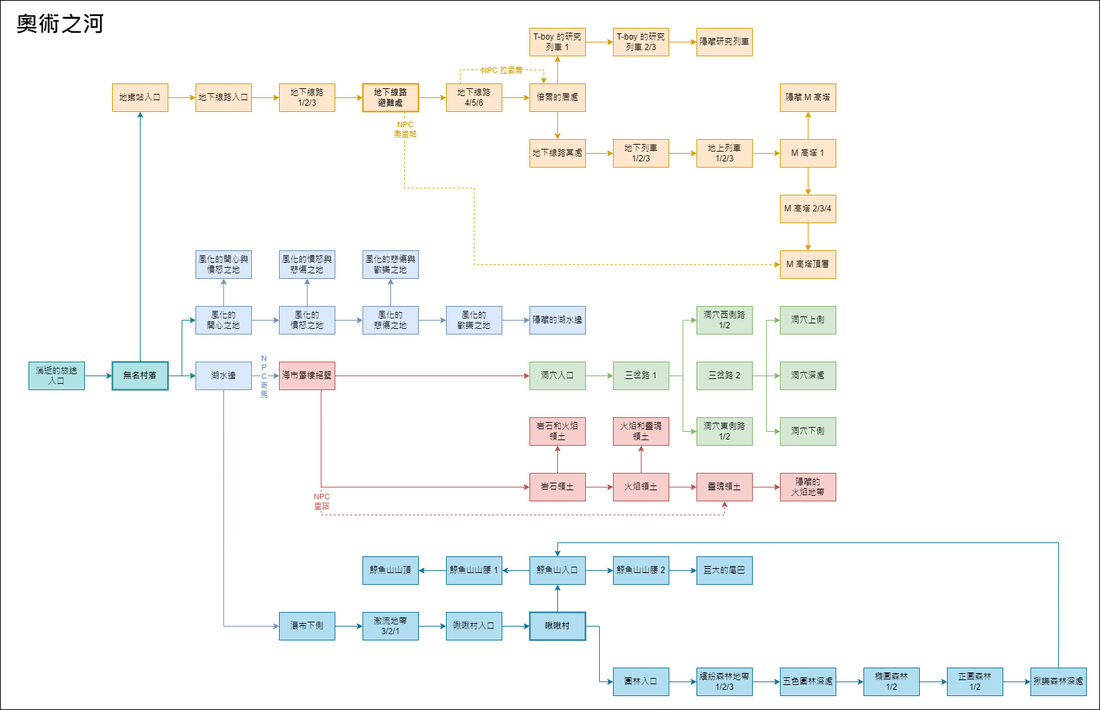
ychsieh95/dms-wiki keeps this draw.io diagram as docs/奧術之河/消失的路途/大地圖/MapleDreams.drawio.png. Above is the earlier version. Source tidied: cells renumbered, new cells last; positions are measured from the earlier drawing's top-left corner, leaving out a move shared by most shapes.
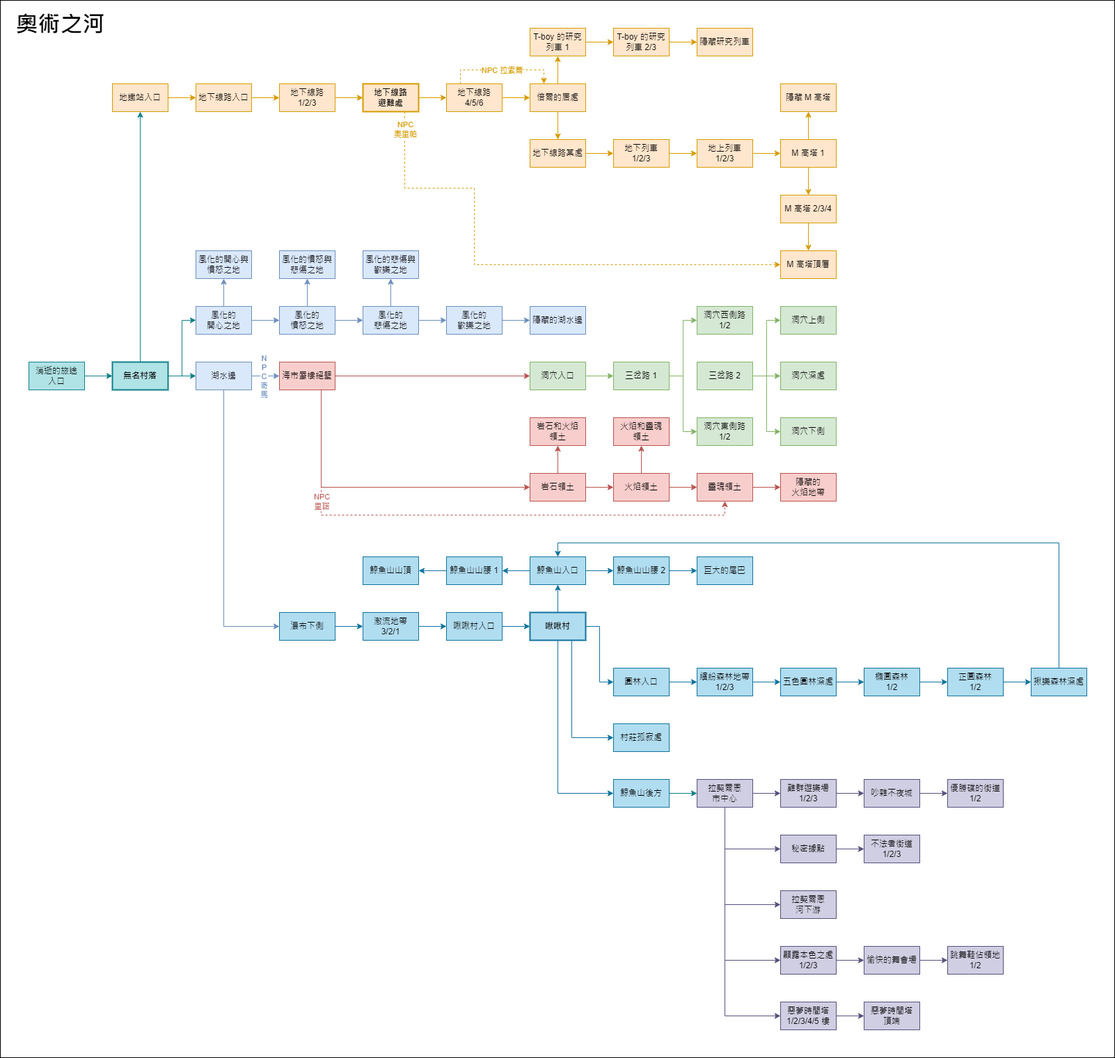
After the commit.

Diff of the diagram source:
```diff
@@ -3,7 +3,7 @@
     <mxCell id="0" />
     <mxCell id="1" parent="0" />
     <mxCell id="2" style="rounded=0;whiteSpace=wrap;html=1;" parent="1" vertex="1">
-      <mxGeometry width="1580" height="1020" as="geometry" />
+      <mxGeometry width="1601" height="1520" as="geometry" />
     </mxCell>
     <mxCell id="3" style="edgeStyle=orthogonalEdgeStyle;rounded=0;jettySize=auto;html=1;exitX=1;exitY=0.5;exitDx=0;exitDy=0;entryX=0;entryY=0.5;entryDx=0;entryDy=0;fillColor=#b0e3e6;strokeColor=#0e8088;" parent="1" edge="1" source="4" target="8">
       <mxGeometry relative="1" as="geometry" />
@@ -312,6 +312,12 @@
     <mxCell id="101" style="edgeStyle=orthogonalEdgeStyle;rounded=0;jettySize=auto;html=1;exitX=1;exitY=0.5;exitDx=0;exitDy=0;entryX=0;entryY=0.5;entryDx=0;entryDy=0;fillColor=#b1ddf0;strokeColor=#10739e;" parent="1" edge="1" source="102" target="104">
       <mxGeometry relative="1" as="geometry" />
     </mxCell>
+    <mxCell id="124" style="edgeStyle=orthogonalEdgeStyle;rounded=0;jettySize=auto;html=1;exitX=0.5;exitY=1;exitDx=0;exitDy=0;entryX=0;entryY=0.5;entryDx=0;entryDy=0;fillColor=#b1ddf0;strokeColor=#10739e;" parent="1" edge="1" source="102" target="128">
+      <mxGeometry relative="1" as="geometry" />
+    </mxCell>
+    <mxCell id="125" style="edgeStyle=orthogonalEdgeStyle;rounded=0;jettySize=auto;html=1;exitX=0.75;exitY=1;exitDx=0;exitDy=0;entryX=0;entryY=0.5;entryDx=0;entryDy=0;fillColor=#b1ddf0;strokeColor=#10739e;" parent="1" edge="1" source="102" target="126">
+      <mxGeometry relative="1" as="geometry" />
+    </mxCell>
     <mxCell id="102" value="啾啾村" style="rounded=0;whiteSpace=wrap;html=1;fillColor=#b1ddf0;strokeColor=#10739e;fontStyle=1;strokeWidth=2;" parent="1" vertex="1">
       <mxGeometry x="761" y="880" width="80" height="40" as="geometry" />
     </mxCell>
@@ -378,5 +384,83 @@
     <mxCell id="123" value="揪樂森林深處" style="rounded=0;whiteSpace=wrap;html=1;fillColor=#b1ddf0;strokeColor=#10739e;" parent="1" vertex="1">
       <mxGeometry x="1481" y="960" width="80" height="40" as="geometry" />
     </mxCell>
+    <mxCell id="126" value="村莊孤寂處" style="rounded=0;whiteSpace=wrap;html=1;fillColor=#b1ddf0;strokeColor=#10739e;" parent="1" vertex="1">
+      <mxGeometry x="881" y="1040" width="80" height="40" as="geometry" />
+    </mxCell>
+    <mxCell id="127" style="edgeStyle=orthogonalEdgeStyle;rounded=0;jettySize=auto;html=1;exitX=1;exitY=0.5;exitDx=0;exitDy=0;fillColor=#b0e3e6;strokeColor=#0e8088;" parent="1" edge="1" source="128" target="134">
+      <mxGeometry relative="1" as="geometry" />
+    </mxCell>
+    <mxCell id="128" value="鯨魚山後方" style="rounded=0;whiteSpace=wrap;html=1;fillColor=#b1ddf0;strokeColor=#10739e;" parent="1" vertex="1">
+      <mxGeometry x="881" y="1120" width="80" height="40" as="geometry" />
+    </mxCell>
+    <mxCell id="129" style="edgeStyle=orthogonalEdgeStyle;rounded=0;jettySize=auto;html=1;exitX=1;exitY=0.5;exitDx=0;exitDy=0;entryX=0;entryY=0.5;entryDx=0;entryDy=0;fillColor=#d0cee2;strokeColor=#56517e;" parent="1" edge="1" source="134" target="136">
+      <mxGeometry relative="1" as="geometry" />
+    </mxCell>
+    <mxCell id="130" style="edgeStyle=orthogonalEdgeStyle;rounded=0;jettySize=auto;html=1;exitX=0.5;exitY=1;exitDx=0;exitDy=0;entryX=0;entryY=0.5;entryDx=0;entryDy=0;fillColor=#d0cee2;strokeColor=#56517e;" parent="1" edge="1" source="134" target="141">
+      <mxGeometry relative="1" as="geometry" />
+    </mxCell>
+    <mxCell id="131" style="edgeStyle=orthogonalEdgeStyle;rounded=0;jettySize=auto;html=1;exitX=0.5;exitY=1;exitDx=0;exitDy=0;entryX=0;entryY=0.5;entryDx=0;entryDy=0;fillColor=#d0cee2;strokeColor=#56517e;" parent="1" edge="1" source="134" target="143">
+      <mxGeometry relative="1" as="geometry" />
+    </mxCell>
+    <mxCell id="132" style="edgeStyle=orthogonalEdgeStyle;rounded=0;jettySize=auto;html=1;exitX=0.5;exitY=1;exitDx=0;exitDy=0;entryX=0;entryY=0.5;entryDx=0;entryDy=0;fillColor=#d0cee2;strokeColor=#56517e;" parent="1" edge="1" source="134" target="145">
+      <mxGeometry relative="1" as="geometry" />
+    </mxCell>
+    <mxCell id="133" style="edgeStyle=orthogonalEdgeStyle;rounded=0;jettySize=auto;html=1;exitX=0.5;exitY=1;exitDx=0;exitDy=0;entryX=0;entryY=0.5;entryDx=0;entryDy=0;fillColor=#d0cee2;strokeColor=#56517e;" parent="1" edge="1" source="134" target="150">
+      <mxGeometry relative="1" as="geometry" />
+    </mxCell>
+    <mxCell id="134" value="拉契爾恩&lt;div&gt;市中心&lt;/div&gt;" style="rounded=0;whiteSpace=wrap;html=1;fillColor=#d0cee2;strokeColor=#56517e;" parent="1" vertex="1">
+      <mxGeometry x="1001" y="1120" width="80" height="40" as="geometry" />
+    </mxCell>
+    <mxCell id="135" style="edgeStyle=orthogonalEdgeStyle;rounded=0;jettySize=auto;html=1;exitX=1;exitY=0.5;exitDx=0;exitDy=0;entryX=0;entryY=0.5;entryDx=0;entryDy=0;fillColor=#d0cee2;strokeColor=#56517e;" parent="1" edge="1" source="136" target="138">
+      <mxGeometry relative="1" as="geometry" />
+    </mxCell>
+    <mxCell id="136" value="雞群遊樂場&lt;br&gt;1/2/3" style="rounded=0;whiteSpace=wrap;html=1;fillColor=#d0cee2;strokeColor=#56517e;" parent="1" vertex="1">
+      <mxGeometry x="1121" y="1120" width="80" height="40" as="geometry" />
+    </mxCell>
+    <mxCell id="137" style="edgeStyle=orthogonalEdgeStyle;rounded=0;jettySize=auto;html=1;exitX=1;exitY=0.5;exitDx=0;exitDy=0;fillColor=#d0cee2;strokeColor=#56517e;" parent="1" edge="1" source="138" target="139">
+      <mxGeometry relative="1" as="geometry" />
+    </mxCell>
+    <mxCell id="138" value="吵雜不夜城" style="rounded=0;whiteSpace=wrap;html=1;fillColor=#d0cee2;strokeColor=#56517e;" parent="1" vertex="1">
+      <mxGeometry x="1241" y="1120" width="80" height="40" as="geometry" />
+    </mxCell>
+    <mxCell id="139" value="優勝碟的街道&lt;br&gt;1/2" style="rounded=0;whiteSpace=wrap;html=1;fillColor=#d0cee2;strokeColor=#56517e;" parent="1" vertex="1">
+      <mxGeometry x="1361" y="1120" width="80" height="40" as="geometry" />
+    </mxCell>
+    <mxCell id="140" style="edgeStyle=orthogonalEdgeStyle;rounded=0;jettySize=auto;html=1;exitX=1;exitY=0.5;exitDx=0;exitDy=0;entryX=0;entryY=0.5;entryDx=0;entryDy=0;fillColor=#d0cee2;strokeColor=#56517e;" parent="1" edge="1" source="141" target="142">
+      <mxGeometry relative="1" as="geometry" />
+    </mxCell>
+    <mxCell id="141" value="秘密據點" style="rounded=0;whiteSpace=wrap;html=1;fillColor=#d0cee2;strokeColor=#56517e;" parent="1" vertex="1">
+      <mxGeometry x="1121" y="1200" width="80" height="40" as="geometry" />
+    </mxCell>
+    <mxCell id="142" value="不法者街道&lt;br&gt;1/2/3" style="rounded=0;whiteSpace=wrap;html=1;fillColor=#d0cee2;strokeColor=#56517e;" parent="1" vertex="1">
+      <mxGeometry x="1241" y="1200" width="80" height="40" as="geometry" />
+    </mxCell>
+    <mxCell id="143" value="拉契爾恩&lt;div&gt;河下游&lt;/div&gt;" style="rounded=0;whiteSpace=wrap;html=1;fillColor=#d0cee2;strokeColor=#56517e;" parent="1" vertex="1">
+      <mxGeometry x="1121" y="1280" width="80" height="40" as="geometry" />
+    </mxCell>
+    <mxCell id="144" style="edgeStyle=orthogonalEdgeStyle;rounded=0;jettySize=auto;html=1;exitX=1;exitY=0.5;exitDx=0;exitDy=0;entryX=0;entryY=0.5;entryDx=0;entryDy=0;fillColor=#d0cee2;strokeColor=#56517e;" parent="1" edge="1" source="145" target="147">
+      <mxGeometry relative="1" as="geometry" />
+    </mxCell>
+    <mxCell id="145" value="顯露本色之處&lt;br&gt;1/2/3" style="rounded=0;whiteSpace=wrap;html=1;fillColor=#d0cee2;strokeColor=#56517e;" parent="1" vertex="1">
+      <mxGeometry x="1121" y="1360" width="80" height="40" as="geometry" />
+    </mxCell>
+    <mxCell id="146" style="edgeStyle=orthogonalEdgeStyle;rounded=0;jettySize=auto;html=1;exitX=1;exitY=0.5;exitDx=0;exitDy=0;entryX=0;entryY=0.5;entryDx=0;entryDy=0;fillColor=#d0cee2;strokeColor=#56517e;" parent="1" edge="1" source="147" target="148">
+      <mxGeometry relative="1" as="geometry" />
+    </mxCell>
+    <mxCell id="147" value="愉快的舞會場" style="rounded=0;whiteSpace=wrap;html=1;fillColor=#d0cee2;strokeColor=#56517e;" parent="1" vertex="1">
+      <mxGeometry x="1241" y="1360" width="80" height="40" as="geometry" />
+    </mxCell>
+    <mxCell id="148" value="跳舞鞋佔領地&lt;br&gt;1/2" style="rounded=0;whiteSpace=wrap;html=1;fillColor=#d0cee2;strokeColor=#56517e;" parent="1" vertex="1">
+      <mxGeometry x="1361" y="1360" width="80" height="40" as="geometry" />
+    </mxCell>
+    <mxCell id="149" style="edgeStyle=orthogonalEdgeStyle;rounded=0;jettySize=auto;html=1;exitX=1;exitY=0.5;exitDx=0;exitDy=0;entryX=0;entryY=0.5;entryDx=0;entryDy=0;fillColor=#d0cee2;strokeColor=#56517e;" parent="1" edge="1" source="150" target="151">
+      <mxGeometry relative="1" as="geometry" />
+    </mxCell>
+    <mxCell id="150" value="惡夢時間塔&lt;br&gt;1/2/3/4/5 樓" style="rounded=0;whiteSpace=wrap;html=1;fillColor=#d0cee2;strokeColor=#56517e;" parent="1" vertex="1">
+      <mxGeometry x="1121" y="1440" width="80" height="40" as="geometry" />
+    </mxCell>
+    <mxCell id="151" value="惡夢時間塔&lt;br&gt;頂端" style="rounded=0;whiteSpace=wrap;html=1;fillColor=#d0cee2;strokeColor=#56517e;" parent="1" vertex="1">
+      <mxGeometry x="1241" y="1440" width="80" height="40" as="geometry" />
+    </mxCell>
   </root>
 </mxGraphModel>
```
